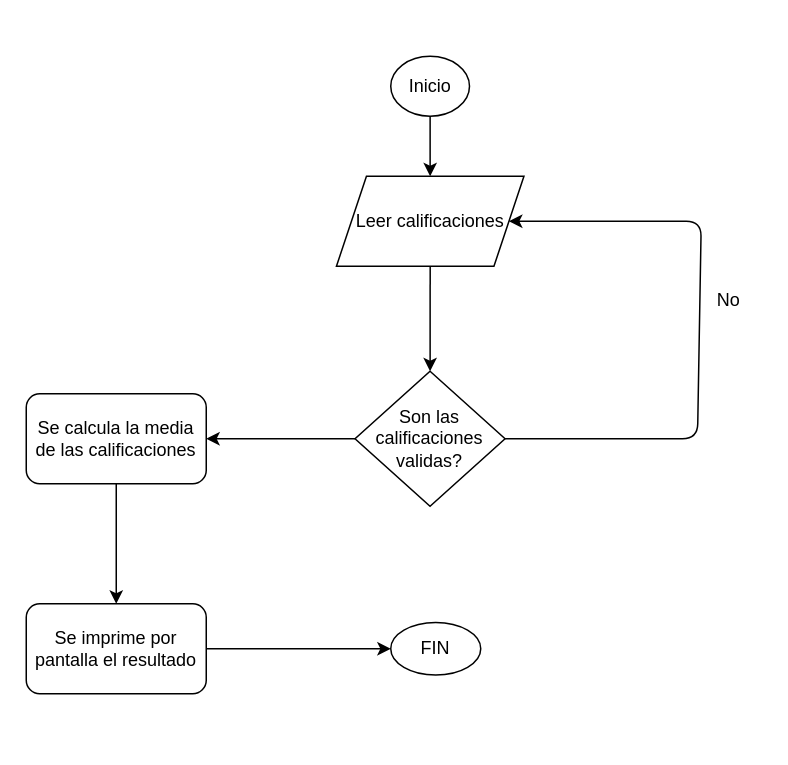
The draw.io diagram Unidad_02/nota_media.dio in Piioni/CTOP-Python, before the edit. Source tidied: cells renumbered, new cells numbered last; positions are measured from the earlier drawing's top-left corner, leaving out a move shared by most shapes. Both pictures are drawn from the tidied source at 150%, with x=0, y=0 at pixel (26, 56).
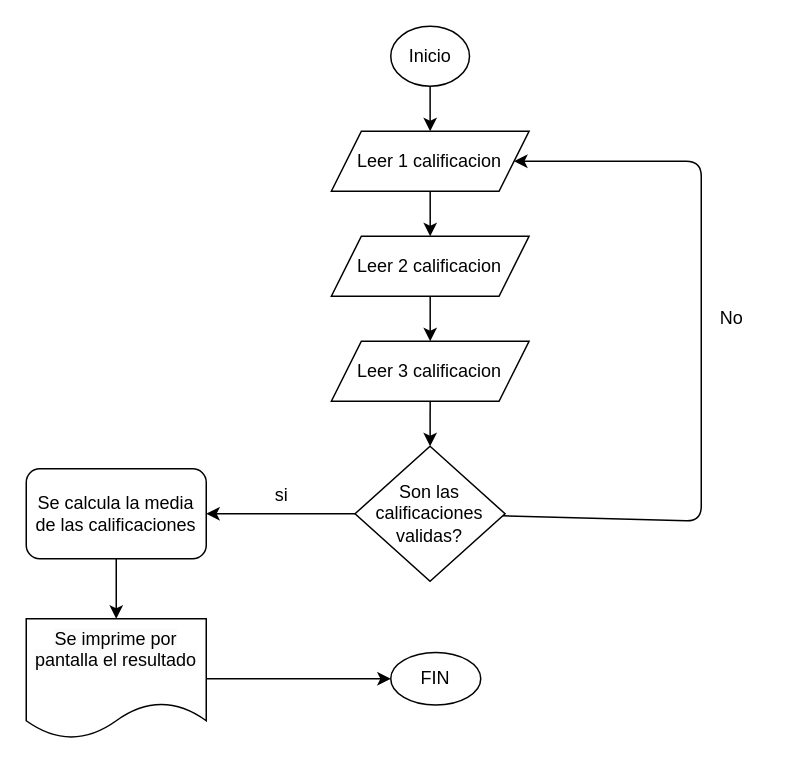
Above is the later version.

Commit message (it also covers changes not shown here):
Some fixes in the diagrams and last Unidad_01 exercise

The edit, as a diff of the source:
```diff
@@
     <mxCell id="3" value="Inicio" style="ellipse;whiteSpace=wrap;html=1;" parent="1" vertex="1">
-      <mxGeometry x="243" width="52.5" height="40" as="geometry" />
+      <mxGeometry x="243" y="-20" width="52.5" height="40" as="geometry" />
     </mxCell>
-    <mxCell id="4" style="edgeStyle=none;html=1;" parent="1" edge="1" source="5" target="9">
-      <mxGeometry relative="1" as="geometry" />
-    </mxCell>
+    <mxCell id="15" style="edgeStyle=none;html=1;" parent="1" edge="1" source="5" target="17">
+      <mxGeometry relative="1" as="geometry" />
+    </mxCell>
-    <mxCell id="5" value="Leer calificaciones" style="shape=parallelogram;perimeter=parallelogramPerimeter;whiteSpace=wrap;html=1;fixedSize=1;" parent="1" vertex="1">
-      <mxGeometry x="206.8" y="80" width="125" height="60" as="geometry" />
+    <mxCell id="5" value="Leer 1 calificacion" style="shape=parallelogram;perimeter=parallelogramPerimeter;whiteSpace=wrap;html=1;fixedSize=1;" parent="1" vertex="1">
+      <mxGeometry x="203.4" y="50" width="131.8" height="40" as="geometry" />
     </mxCell>
-    <mxCell id="6" style="edgeStyle=none;html=1;entryX=1;entryY=0.5;entryDx=0;entryDy=0;" parent="1" edge="1" source="9" target="5">
-      <mxGeometry relative="1" as="geometry">
-        <Array as="points">
-          <mxPoint x="447.5" y="255" />
-          <mxPoint x="450" y="110" />
-        </Array>
-      </mxGeometry>
-    </mxCell>
     <mxCell id="7" value="No" style="text;html=1;align=center;verticalAlign=middle;strokeColor=none;fillColor=none;" parent="1" vertex="1">
-      <mxGeometry x="447.5" y="148" width="40" height="30" as="geometry" />
+      <mxGeometry x="450" y="160" width="40" height="30" as="geometry" />
     </mxCell>
@@
+    <mxCell id="6" style="edgeStyle=none;html=1;" parent="1" edge="1" source="9" target="5">
+      <mxGeometry relative="1" as="geometry">
+        <Array as="points">
+          <mxPoint x="450" y="310" />
+          <mxPoint x="450" y="70" />
+        </Array>
+      </mxGeometry>
+    </mxCell>
     <mxCell id="9" value="Son las calificaciones validas?" style="rhombus;whiteSpace=wrap;html=1;" parent="1" vertex="1">
-      <mxGeometry x="219.2" y="210" width="100" height="90" as="geometry" />
+      <mxGeometry x="219.2" y="260" width="100" height="90" as="geometry" />
     </mxCell>
@@
     <mxCell id="11" value="Se calcula la media de las calificaciones" style="rounded=1;whiteSpace=wrap;html=1;" parent="1" vertex="1">
-      <mxGeometry y="225" width="120" height="60" as="geometry" />
+      <mxGeometry y="275" width="120" height="60" as="geometry" />
     </mxCell>
+    <mxCell id="14" value="FIN" style="ellipse;whiteSpace=wrap;html=1;rounded=1;" parent="1" vertex="1">
+      <mxGeometry x="243" y="397.5" width="60" height="35" as="geometry" />
+    </mxCell>
@@
-    <mxCell id="13" value="Se imprime por pantalla el resultado" style="whiteSpace=wrap;html=1;rounded=1;" parent="1" vertex="1">
-      <mxGeometry y="365" width="120" height="60" as="geometry" />
+    <mxCell id="13" value="&#10;&lt;span style=&quot;color: rgb(0, 0, 0); font-family: Helvetica; font-size: 12px; font-style: normal; font-variant-ligatures: normal; font-variant-caps: normal; font-weight: 400; letter-spacing: normal; orphans: 2; text-align: center; text-indent: 0px; text-transform: none; widows: 2; word-spacing: 0px; -webkit-text-stroke-width: 0px; white-space: normal; background-color: rgb(251, 251, 251); text-decoration-thickness: initial; text-decoration-style: initial; text-decoration-color: initial; display: inline !important; float: none;&quot;&gt;Se imprime por pantalla el resultado&lt;/span&gt;&#10;&#10;" style="shape=document;whiteSpace=wrap;html=1;boundedLbl=1;" parent="1" vertex="1">
+      <mxGeometry y="375" width="120" height="80" as="geometry" />
     </mxCell>
-    <mxCell id="14" value="FIN" style="ellipse;whiteSpace=wrap;html=1;rounded=1;" parent="1" vertex="1">
-      <mxGeometry x="243" y="377.5" width="60" height="35" as="geometry" />
-    </mxCell>
+    <mxCell id="16" style="edgeStyle=none;html=1;" parent="1" edge="1" source="17" target="19">
+      <mxGeometry relative="1" as="geometry" />
+    </mxCell>
+    <mxCell id="17" value="Leer 2 calificacion" style="shape=parallelogram;perimeter=parallelogramPerimeter;whiteSpace=wrap;html=1;fixedSize=1;" parent="1" vertex="1">
+      <mxGeometry x="203.4" y="120" width="131.8" height="40" as="geometry" />
+    </mxCell>
+    <mxCell id="18" style="edgeStyle=none;html=1;" parent="1" edge="1" source="19" target="9">
+      <mxGeometry relative="1" as="geometry" />
+    </mxCell>
+    <mxCell id="19" value="Leer 3 calificacion" style="shape=parallelogram;perimeter=parallelogramPerimeter;whiteSpace=wrap;html=1;fixedSize=1;" parent="1" vertex="1">
+      <mxGeometry x="203.4" y="190" width="131.8" height="40" as="geometry" />
+    </mxCell>
+    <mxCell id="20" value="si" style="text;html=1;align=center;verticalAlign=middle;strokeColor=none;fillColor=none;" parent="1" vertex="1">
+      <mxGeometry x="155" y="278" width="30" height="30" as="geometry" />
+    </mxCell>
```
